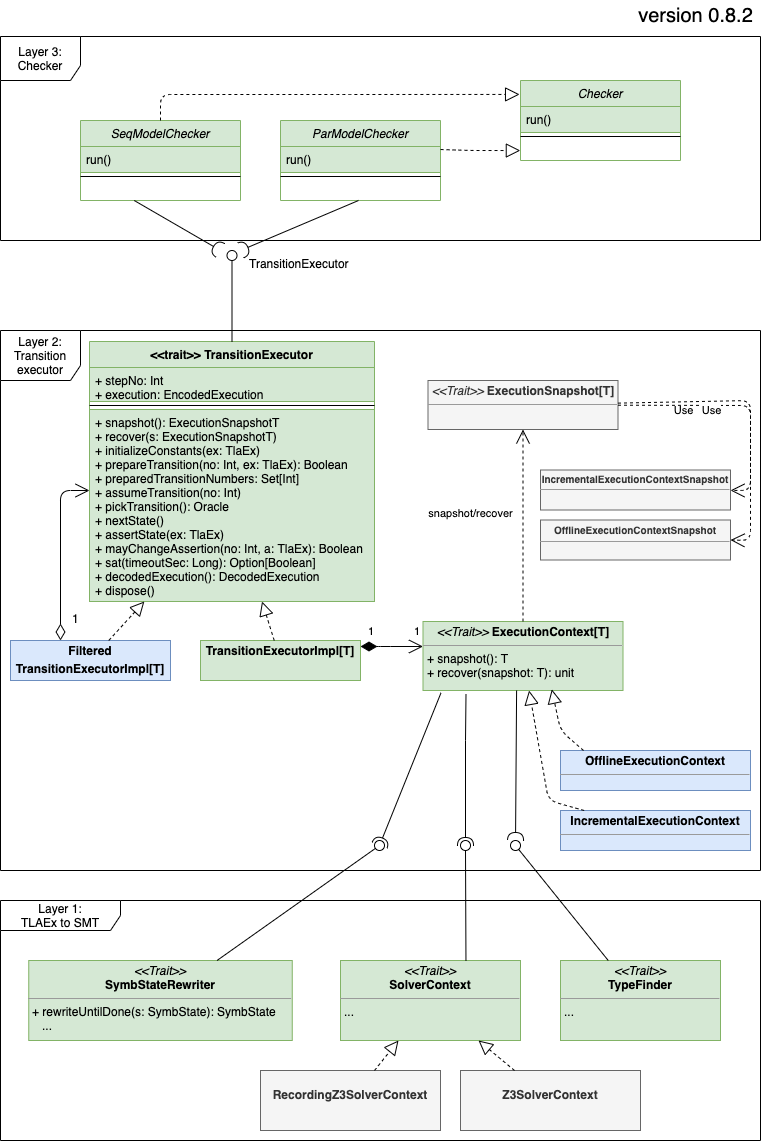
This is docs/internal/adr/trex-arch.png from apalache-mc/apalache, a draw.io export, as it was before one commit. Source tidied: cells renumbered, new cells last; positions are measured from the earlier drawing's top-left corner, leaving out a move shared by most shapes.
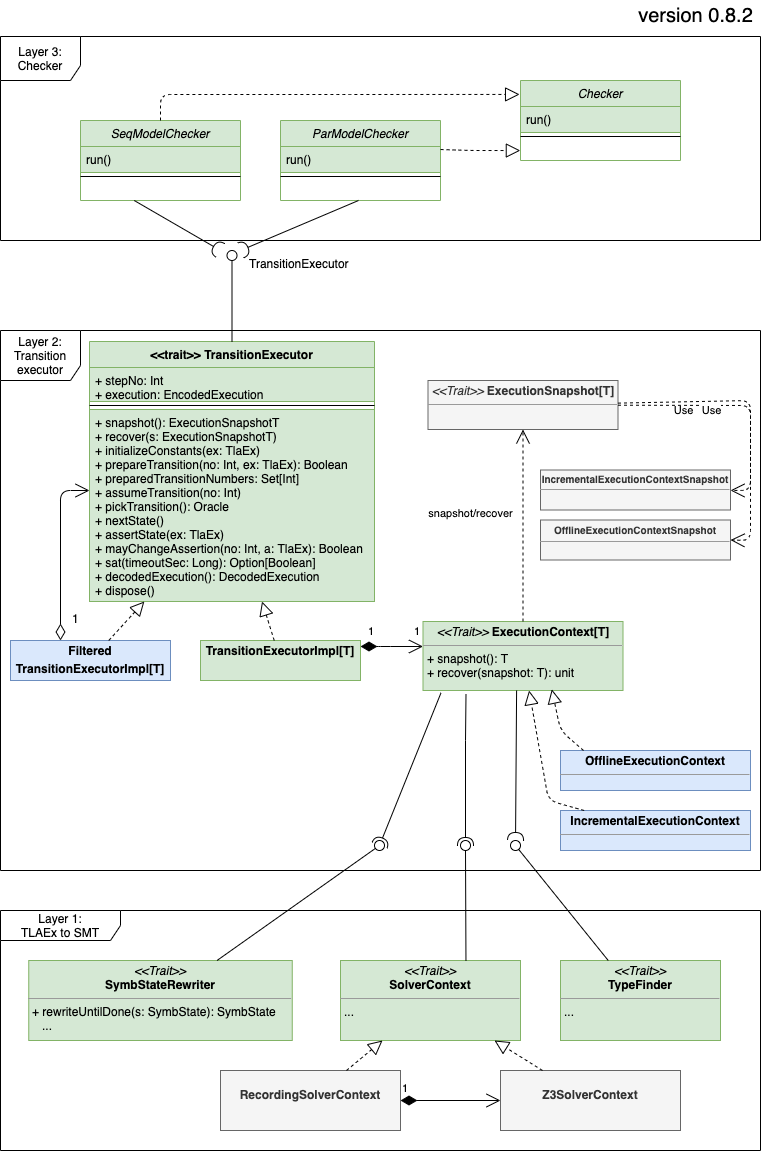
The same diagram one commit later.

What changed in the source:
```diff
@@ -173,14 +173,14 @@
     <mxCell id="44" value="&lt;p style=&quot;margin: 0px ; margin-top: 4px ; text-align: center&quot;&gt;&lt;i&gt;&amp;lt;&amp;lt;Trait&amp;gt;&amp;gt;&lt;/i&gt;&lt;br&gt;&lt;b&gt;TypeFinder&lt;/b&gt;&lt;/p&gt;&lt;hr size=&quot;1&quot;&gt;&lt;p style=&quot;margin: 0px ; margin-left: 4px&quot;&gt;...&lt;/p&gt;" style="verticalAlign=top;align=left;overflow=fill;fontSize=12;fontFamily=Helvetica;html=1;fillColor=#d5e8d4;strokeColor=#82b366;" parent="1" vertex="1">
       <mxGeometry x="560" y="960" width="160" height="80" as="geometry" />
     </mxCell>
-    <mxCell id="45" value="&lt;p style=&quot;margin: 0px ; margin-top: 4px ; text-align: center&quot;&gt;&lt;br&gt;&lt;b&gt;RecordingZ3SolverContext&lt;/b&gt;&lt;/p&gt;" style="verticalAlign=top;align=left;overflow=fill;fontSize=12;fontFamily=Helvetica;html=1;fillColor=#f5f5f5;strokeColor=#666666;fontColor=#333333;" parent="1" vertex="1">
-      <mxGeometry x="260" y="1070" width="180" height="60" as="geometry" />
+    <mxCell id="45" value="&lt;p style=&quot;margin: 0px ; margin-top: 4px ; text-align: center&quot;&gt;&lt;br&gt;&lt;b&gt;RecordingSolverContext&lt;/b&gt;&lt;/p&gt;" style="verticalAlign=top;align=left;overflow=fill;fontSize=12;fontFamily=Helvetica;html=1;fillColor=#f5f5f5;strokeColor=#666666;fontColor=#333333;" parent="1" vertex="1">
+      <mxGeometry x="220" y="1070" width="180" height="60" as="geometry" />
     </mxCell>
     <mxCell id="46" style="endArrow=block;dashed=1;endFill=0;endSize=12;html=1;fontSize=12;" parent="1" edge="1" source="45" target="43">
       <mxGeometry relative="1" as="geometry" />
     </mxCell>
     <mxCell id="47" value="&lt;p style=&quot;margin: 0px ; margin-top: 4px ; text-align: center&quot;&gt;&lt;br&gt;&lt;b&gt;Z3SolverContext&lt;/b&gt;&lt;/p&gt;" style="verticalAlign=top;align=left;overflow=fill;fontSize=12;fontFamily=Helvetica;html=1;fillColor=#f5f5f5;strokeColor=#666666;fontColor=#333333;" parent="1" vertex="1">
-      <mxGeometry x="460" y="1070" width="180" height="60" as="geometry" />
+      <mxGeometry x="500" y="1070" width="180" height="60" as="geometry" />
     </mxCell>
     <mxCell id="48" style="endArrow=block;dashed=1;endFill=0;endSize=12;html=1;fontSize=12;" parent="1" edge="1" source="47" target="43">
       <mxGeometry relative="1" as="geometry" />
@@ -217,7 +217,10 @@
       <mxGeometry x="510" y="840" width="10" height="10" as="geometry" />
     </mxCell>
     <mxCell id="58" value="Layer 1:&lt;br&gt;TLAEx to SMT" style="shape=umlFrame;whiteSpace=wrap;html=1;fontSize=12;align=center;width=120;height=30;" parent="1" vertex="1">
-      <mxGeometry y="900" width="760" height="240" as="geometry" />
+      <mxGeometry y="910" width="760" height="240" as="geometry" />
     </mxCell>
+    <mxCell id="59" value="1" style="endArrow=open;html=1;endSize=12;startArrow=diamondThin;startSize=14;startFill=1;edgeStyle=orthogonalEdgeStyle;align=left;verticalAlign=bottom;" parent="1" edge="1" source="45" target="47">
+      <mxGeometry x="-1" y="3" relative="1" as="geometry" />
+    </mxCell>
   </root>
 </mxGraphModel>
```
